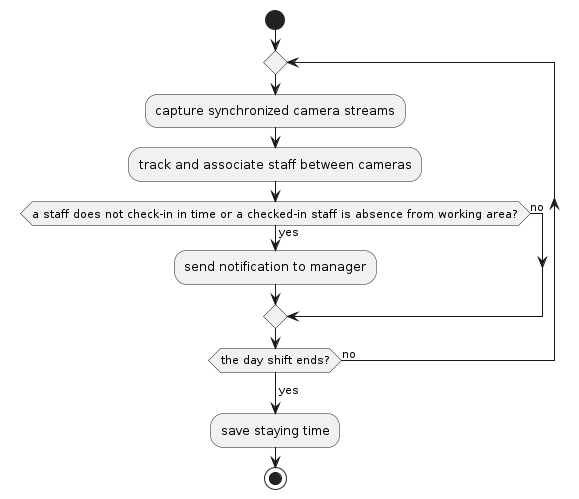
Earlier version of the PlantUML export docs/UML/Activity Diagrams/system-monitor-staff.png (LapTQ/MCT).
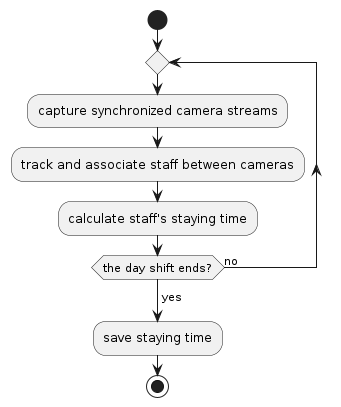
Above is the later version.

The edit, as a diff of the source:
```diff
@@ -3,11 +3,7 @@
 repeat
     :capture synchronized camera streams;
     :track and associate staff between cameras;
-    if (a staff does not check-in in time or a checked-in staff is absence from working area?) then (yes)
-        :send notification to manager;
-    else (no)
-    endif
-
+    :calculate staff's staying time;
 repeat while (the day shift ends?) is (no)
 ->yes;
 :save staying time;
```
